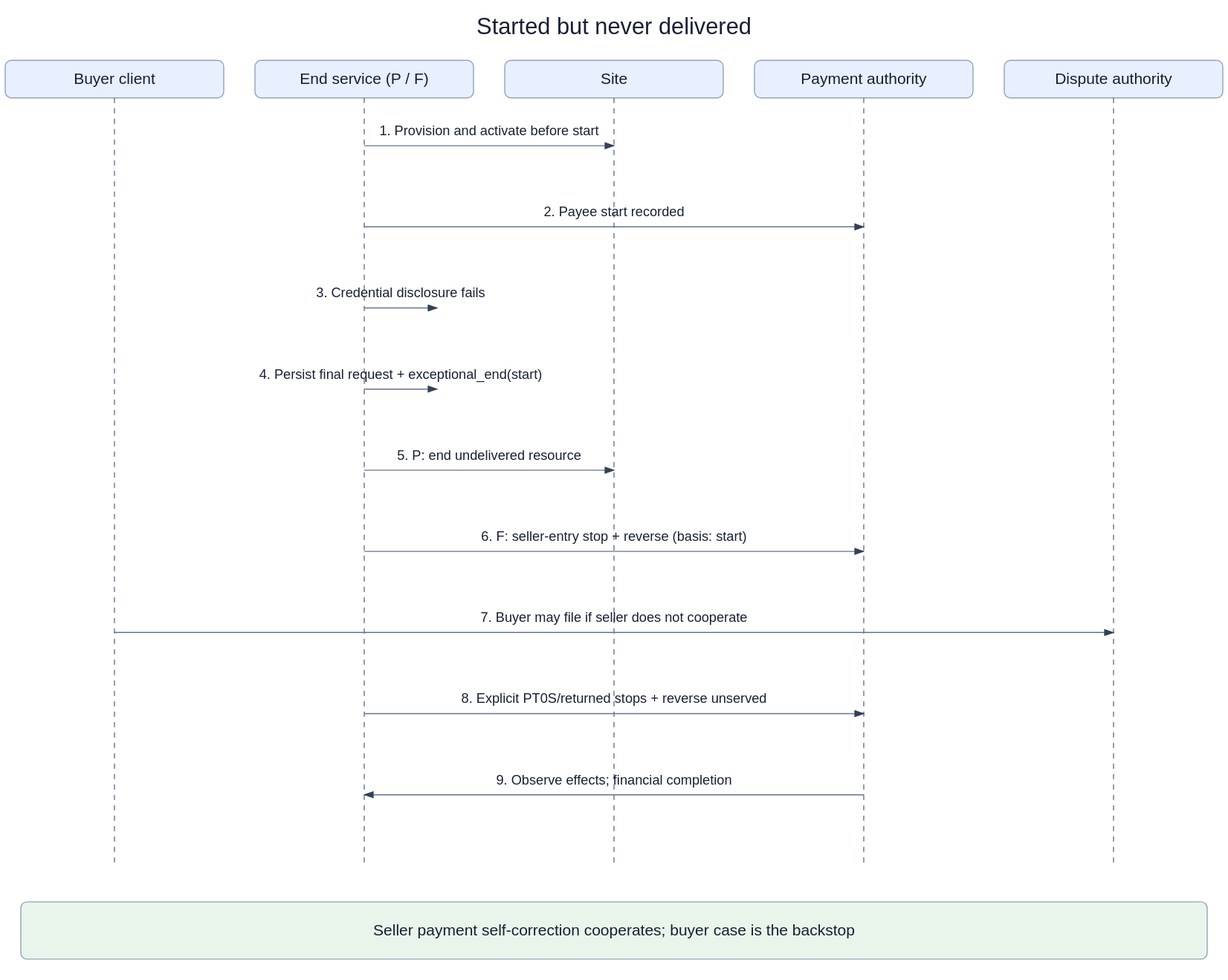
This is openspec/changes/converge-ongoing-compute-leases/diagrams/08-start-before-delivery.svg from arkhai-io/simple-compute-market, a draw.io export, as it was before one commit. Source tidied: cells renumbered, new cells last; positions are measured from the earlier drawing's top-left corner, leaving out a move shared by most shapes.
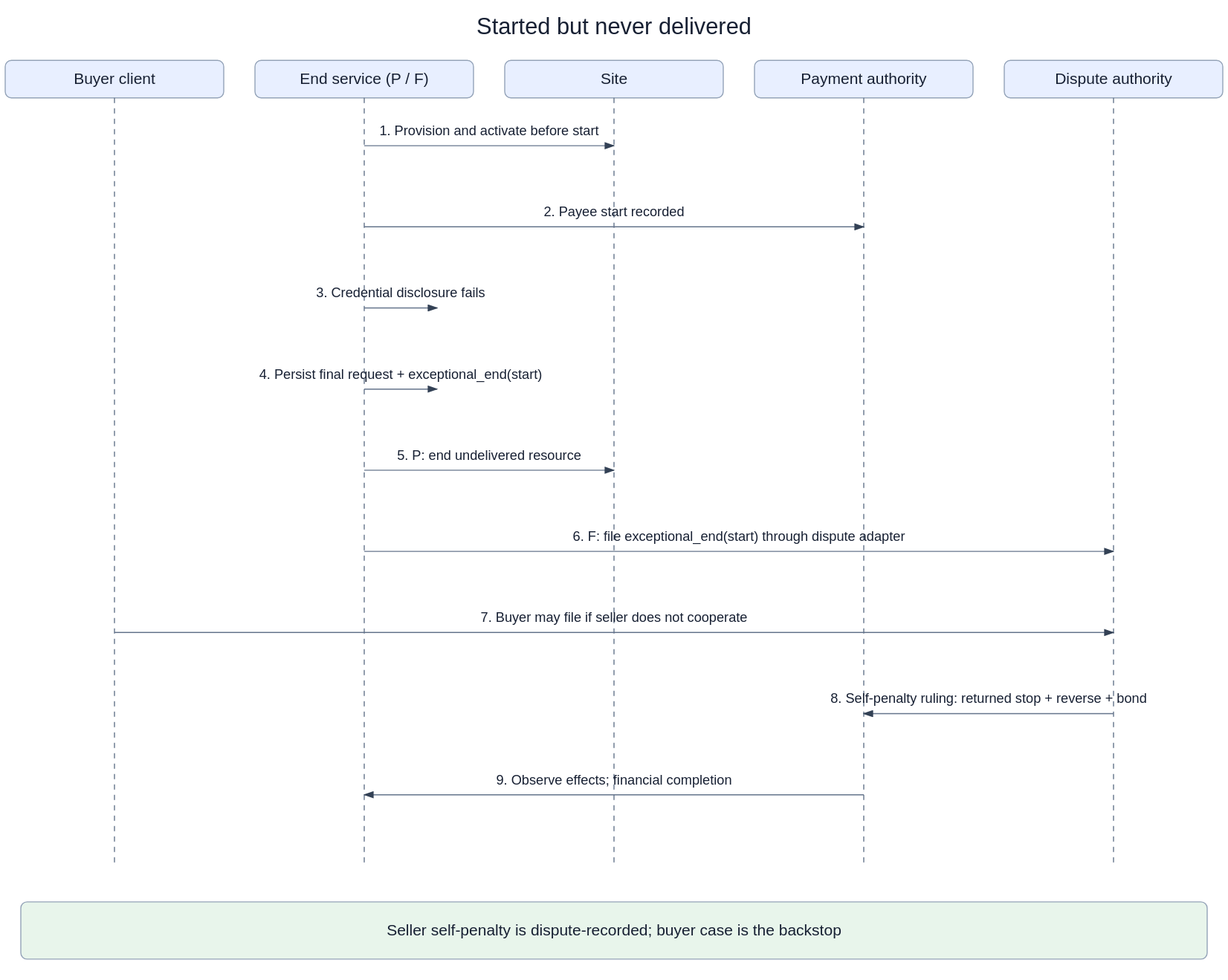
Later version of the same file.

What changed in the source:
```diff
@@ -80,10 +80,10 @@
         <mxPoint x="585" y="442" as="targetPoint" />
       </mxGeometry>
     </mxCell>
-    <mxCell id="18" value="6. F: seller-entry stop + reverse (basis: start)" style="endArrow=block;fontSize=13;labelBackgroundColor=#ffffff;" parent="1" edge="1">
+    <mxCell id="18" value="6. F: file exceptional_end(start) through dispute adapter" style="endArrow=block;fontSize=13;labelBackgroundColor=#ffffff;" parent="1" edge="1">
       <mxGeometry relative="1" as="geometry">
         <mxPoint x="345" y="520" as="sourcePoint" />
-        <mxPoint x="825" y="520" as="targetPoint" />
+        <mxPoint x="1065" y="520" as="targetPoint" />
       </mxGeometry>
     </mxCell>
     <mxCell id="19" value="7. Buyer may file if seller does not cooperate" style="endArrow=block;fontSize=13;labelBackgroundColor=#ffffff;" parent="1" edge="1">
@@ -92,9 +92,9 @@
         <mxPoint x="1065" y="598" as="targetPoint" />
       </mxGeometry>
     </mxCell>
-    <mxCell id="20" value="8. Explicit PT0S/returned stops + reverse unserved" style="endArrow=block;fontSize=13;labelBackgroundColor=#ffffff;" parent="1" edge="1">
+    <mxCell id="20" value="8. Self-penalty ruling: returned stop + reverse + bond" style="endArrow=block;fontSize=13;labelBackgroundColor=#ffffff;" parent="1" edge="1">
       <mxGeometry relative="1" as="geometry">
-        <mxPoint x="345" y="676" as="sourcePoint" />
+        <mxPoint x="1065" y="676" as="sourcePoint" />
         <mxPoint x="825" y="676" as="targetPoint" />
       </mxGeometry>
     </mxCell>
@@ -104,7 +104,7 @@
         <mxPoint x="345" y="754" as="targetPoint" />
       </mxGeometry>
     </mxCell>
-    <mxCell id="22" value="Seller payment self-correction cooperates; buyer case is the backstop" style="rounded=1;fillColor=#e8f5eb;fontSize=15;" parent="1" vertex="1">
+    <mxCell id="22" value="Seller self-penalty is dispute-recorded; buyer case is the backstop" style="rounded=1;fillColor=#e8f5eb;fontSize=15;" parent="1" vertex="1">
       <mxGeometry x="15" y="857" width="1140" height="55" as="geometry" />
     </mxCell>
   </root>
```
